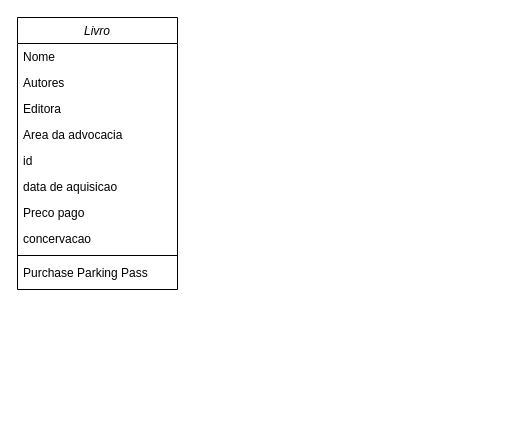
Earlier version of the draw.io diagram Diagrama sem nome.drawio (Andra-sun/modelagem). Source tidied: cells renumbered, new cells numbered last; positions are measured from the earlier drawing's top-left corner, leaving out a move shared by most shapes. Both pictures are drawn from the tidied source at 100%, with x=0, y=0 at pixel (17, 17).
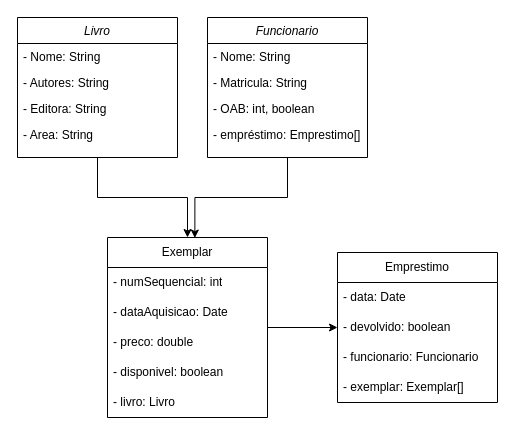
The same diagram, later.

Diff of the diagram source:
```diff
@@
+    <mxCell id="13" style="edgeStyle=orthogonalEdgeStyle;rounded=0;jettySize=auto;html=1;" parent="1" edge="1" source="2" target="20">
+      <mxGeometry relative="1" as="geometry" />
+    </mxCell>
     <mxCell id="2" value="Livro" style="swimlane;fontStyle=2;align=center;verticalAlign=top;horizontal=1;startSize=26;rounded=0;shadow=0;strokeWidth=1;" parent="1" vertex="1">
-      <mxGeometry width="160" height="272" as="geometry" />
+      <mxGeometry width="160" height="140" as="geometry" />
     </mxCell>
-    <mxCell id="3" value="Nome" style="text;align=left;verticalAlign=top;spacingLeft=4;spacingRight=4;overflow=hidden;" parent="2" vertex="1">
+    <mxCell id="3" value="- Nome: String" style="text;align=left;verticalAlign=top;spacingLeft=4;spacingRight=4;overflow=hidden;" parent="2" vertex="1">
       <mxGeometry y="26" width="160" height="26" as="geometry" />
     </mxCell>
-    <mxCell id="4" value="Autores" style="text;align=left;verticalAlign=top;spacingLeft=4;spacingRight=4;overflow=hidden;rounded=0;shadow=0;html=0;" parent="2" vertex="1">
+    <mxCell id="4" value="- Autores: String" style="text;align=left;verticalAlign=top;spacingLeft=4;spacingRight=4;overflow=hidden;rounded=0;shadow=0;html=0;" parent="2" vertex="1">
       <mxGeometry y="52" width="160" height="26" as="geometry" />
     </mxCell>
-    <mxCell id="5" value="Editora" style="text;align=left;verticalAlign=top;spacingLeft=4;spacingRight=4;overflow=hidden;rounded=0;shadow=0;html=0;" parent="2" vertex="1">
+    <mxCell id="5" value="- Editora: String" style="text;align=left;verticalAlign=top;spacingLeft=4;spacingRight=4;overflow=hidden;rounded=0;shadow=0;html=0;" parent="2" vertex="1">
       <mxGeometry y="78" width="160" height="26" as="geometry" />
     </mxCell>
-    <mxCell id="6" value="Area da advocacia" style="text;align=left;verticalAlign=top;spacingLeft=4;spacingRight=4;overflow=hidden;rounded=0;shadow=0;html=0;" parent="2" vertex="1">
+    <mxCell id="6" value="- Area: String" style="text;align=left;verticalAlign=top;spacingLeft=4;spacingRight=4;overflow=hidden;rounded=0;shadow=0;html=0;" parent="2" vertex="1">
       <mxGeometry y="104" width="160" height="26" as="geometry" />
     </mxCell>
-    <mxCell id="7" value="id" style="text;align=left;verticalAlign=top;spacingLeft=4;spacingRight=4;overflow=hidden;rounded=0;shadow=0;html=0;" parent="2" vertex="1">
-      <mxGeometry y="130" width="160" height="26" as="geometry" />
-    </mxCell>
-    <mxCell id="8" value="data de aquisicao" style="text;align=left;verticalAlign=top;spacingLeft=4;spacingRight=4;overflow=hidden;rounded=0;shadow=0;html=0;" parent="2" vertex="1">
-      <mxGeometry y="156" width="160" height="26" as="geometry" />
-    </mxCell>
-    <mxCell id="9" value="Preco pago" style="text;align=left;verticalAlign=top;spacingLeft=4;spacingRight=4;overflow=hidden;rounded=0;shadow=0;html=0;" parent="2" vertex="1">
-      <mxGeometry y="182" width="160" height="26" as="geometry" />
-    </mxCell>
-    <mxCell id="10" value="concervacao" style="text;align=left;verticalAlign=top;spacingLeft=4;spacingRight=4;overflow=hidden;rounded=0;shadow=0;html=0;" parent="2" vertex="1">
-      <mxGeometry y="208" width="160" height="26" as="geometry" />
-    </mxCell>
-    <mxCell id="11" style="line;html=1;strokeWidth=1;align=left;verticalAlign=middle;spacingTop=-1;spacingLeft=3;spacingRight=3;labelPosition=right;" parent="2" vertex="1">
-      <mxGeometry y="234" width="160" height="8" as="geometry" />
-    </mxCell>
-    <mxCell id="12" value="Purchase Parking Pass" style="text;align=left;verticalAlign=top;spacingLeft=4;spacingRight=4;overflow=hidden;" parent="2" vertex="1">
-      <mxGeometry y="242" width="160" height="30" as="geometry" />
-    </mxCell>
+    <mxCell id="14" value="Funcionario" style="swimlane;fontStyle=2;align=center;verticalAlign=top;horizontal=1;startSize=26;rounded=0;shadow=0;strokeWidth=1;" parent="1" vertex="1">
+      <mxGeometry x="190" width="160" height="140" as="geometry" />
+    </mxCell>
+    <mxCell id="15" value="- Nome: String" style="text;align=left;verticalAlign=top;spacingLeft=4;spacingRight=4;overflow=hidden;" parent="14" vertex="1">
+      <mxGeometry y="26" width="160" height="26" as="geometry" />
+    </mxCell>
+    <mxCell id="16" value="- Matricula: String" style="text;align=left;verticalAlign=top;spacingLeft=4;spacingRight=4;overflow=hidden;rounded=0;shadow=0;html=0;" parent="14" vertex="1">
+      <mxGeometry y="52" width="160" height="26" as="geometry" />
+    </mxCell>
+    <mxCell id="17" value="- OAB: int, boolean" style="text;align=left;verticalAlign=top;spacingLeft=4;spacingRight=4;overflow=hidden;rounded=0;shadow=0;html=0;" parent="14" vertex="1">
+      <mxGeometry y="78" width="160" height="26" as="geometry" />
+    </mxCell>
+    <mxCell id="18" value="- empréstimo: Emprestimo[]" style="text;align=left;verticalAlign=top;spacingLeft=4;spacingRight=4;overflow=hidden;rounded=0;shadow=0;html=0;" parent="14" vertex="1">
+      <mxGeometry y="104" width="160" height="26" as="geometry" />
+    </mxCell>
+    <mxCell id="19" style="edgeStyle=orthogonalEdgeStyle;rounded=0;jettySize=auto;html=1;entryX=0;entryY=0.5;entryDx=0;entryDy=0;" parent="1" edge="1" source="20" target="28">
+      <mxGeometry relative="1" as="geometry" />
+    </mxCell>
+    <mxCell id="20" value="Exemplar" style="swimlane;fontStyle=0;horizontal=1;startSize=30;whiteSpace=wrap;html=1;" parent="1" vertex="1">
+      <mxGeometry x="90" y="220" width="160" height="180" as="geometry" />
+    </mxCell>
+    <mxCell id="21" value="- numSequencial: int" style="text;strokeColor=none;fillColor=none;align=left;verticalAlign=middle;spacingLeft=4;spacingRight=4;overflow=hidden;whiteSpace=wrap;html=1;" parent="20" vertex="1">
+      <mxGeometry y="30" width="160" height="30" as="geometry" />
+    </mxCell>
+    <mxCell id="22" value="- dataAquisicao: Date" style="text;strokeColor=none;fillColor=none;align=left;verticalAlign=middle;spacingLeft=4;spacingRight=4;overflow=hidden;whiteSpace=wrap;html=1;" parent="20" vertex="1">
+      <mxGeometry y="60" width="160" height="30" as="geometry" />
+    </mxCell>
+    <mxCell id="23" value="- preco: double" style="text;strokeColor=none;fillColor=none;align=left;verticalAlign=middle;spacingLeft=4;spacingRight=4;overflow=hidden;whiteSpace=wrap;html=1;" parent="20" vertex="1">
+      <mxGeometry y="90" width="160" height="30" as="geometry" />
+    </mxCell>
+    <mxCell id="24" value="- disponivel: boolean" style="text;strokeColor=none;fillColor=none;align=left;verticalAlign=middle;spacingLeft=4;spacingRight=4;overflow=hidden;whiteSpace=wrap;html=1;" parent="20" vertex="1">
+      <mxGeometry y="120" width="160" height="30" as="geometry" />
+    </mxCell>
+    <mxCell id="25" value="- livro: Livro" style="text;strokeColor=none;fillColor=none;align=left;verticalAlign=middle;spacingLeft=4;spacingRight=4;overflow=hidden;whiteSpace=wrap;html=1;" parent="20" vertex="1">
+      <mxGeometry y="150" width="160" height="30" as="geometry" />
+    </mxCell>
+    <mxCell id="26" value="Emprestimo" style="swimlane;fontStyle=0;horizontal=1;startSize=30;whiteSpace=wrap;html=1;" parent="1" vertex="1">
+      <mxGeometry x="320" y="235" width="160" height="150" as="geometry" />
+    </mxCell>
+    <mxCell id="27" value="- data: Date" style="text;strokeColor=none;fillColor=none;align=left;verticalAlign=middle;spacingLeft=4;spacingRight=4;overflow=hidden;whiteSpace=wrap;html=1;" parent="26" vertex="1">
+      <mxGeometry y="30" width="160" height="30" as="geometry" />
+    </mxCell>
+    <mxCell id="28" value="- devolvido: boolean" style="text;strokeColor=none;fillColor=none;align=left;verticalAlign=middle;spacingLeft=4;spacingRight=4;overflow=hidden;points=[[0,0.5],[1,0.5]];portConstraint=eastwest;whiteSpace=wrap;html=1;" parent="26" vertex="1">
+      <mxGeometry y="60" width="160" height="30" as="geometry" />
+    </mxCell>
+    <mxCell id="29" value="- funcionario: Funcionario" style="text;strokeColor=none;fillColor=none;align=left;verticalAlign=middle;spacingLeft=4;spacingRight=4;overflow=hidden;whiteSpace=wrap;html=1;" parent="26" vertex="1">
+      <mxGeometry y="90" width="160" height="30" as="geometry" />
+    </mxCell>
+    <mxCell id="30" value="- exemplar: Exemplar[]" style="text;strokeColor=none;fillColor=none;align=left;verticalAlign=middle;spacingLeft=4;spacingRight=4;overflow=hidden;whiteSpace=wrap;html=1;" parent="26" vertex="1">
+      <mxGeometry y="120" width="160" height="30" as="geometry" />
+    </mxCell>
+    <mxCell id="31" style="edgeStyle=orthogonalEdgeStyle;rounded=0;jettySize=auto;html=1;entryX=0.546;entryY=0.003;entryDx=0;entryDy=0;entryPerimeter=0;" parent="1" edge="1" source="14" target="20">
+      <mxGeometry relative="1" as="geometry" />
+    </mxCell>
```
